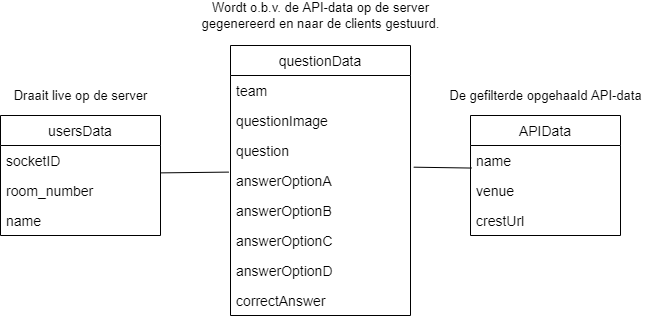
Above: projectbeschrijving_images/datamodel.png in DustinSchouten/real-time-web-eindopdracht (draw.io), before the change. Source tidied: cells renumbered, new cells last; positions are measured from the earlier drawing's top-left corner, leaving out a move shared by most shapes.
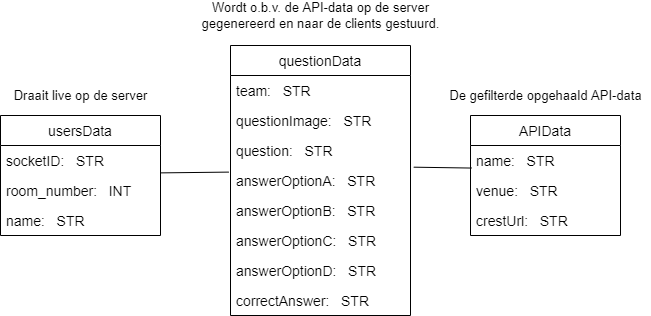
The same file after the commit.

What changed in the source:
```diff
@@ -5,52 +5,52 @@
     <mxCell id="2" value="usersData" style="swimlane;fontStyle=0;horizontal=1;startSize=30;fontSize=14;" parent="1" vertex="1">
       <mxGeometry y="115" width="160" height="120" as="geometry" />
     </mxCell>
-    <mxCell id="3" value="socketID" style="text;strokeColor=none;fillColor=none;align=left;verticalAlign=middle;spacingLeft=4;spacingRight=4;overflow=hidden;fontSize=14;" parent="2" vertex="1">
+    <mxCell id="3" value="socketID:   STR" style="text;strokeColor=none;fillColor=none;align=left;verticalAlign=middle;spacingLeft=4;spacingRight=4;overflow=hidden;fontSize=14;" parent="2" vertex="1">
       <mxGeometry y="30" width="160" height="30" as="geometry" />
     </mxCell>
-    <mxCell id="4" value="room_number" style="text;strokeColor=none;fillColor=none;align=left;verticalAlign=middle;spacingLeft=4;spacingRight=4;overflow=hidden;points=[[0,0.5],[1,0.5]];portConstraint=eastwest;fontSize=14;" parent="2" vertex="1">
+    <mxCell id="4" value="room_number:   INT" style="text;strokeColor=none;fillColor=none;align=left;verticalAlign=middle;spacingLeft=4;spacingRight=4;overflow=hidden;points=[[0,0.5],[1,0.5]];portConstraint=eastwest;fontSize=14;" parent="2" vertex="1">
       <mxGeometry y="60" width="160" height="30" as="geometry" />
     </mxCell>
-    <mxCell id="5" value="name" style="text;strokeColor=none;fillColor=none;align=left;verticalAlign=middle;spacingLeft=4;spacingRight=4;overflow=hidden;fontSize=14;" parent="2" vertex="1">
+    <mxCell id="5" value="name:   STR" style="text;strokeColor=none;fillColor=none;align=left;verticalAlign=middle;spacingLeft=4;spacingRight=4;overflow=hidden;fontSize=14;" parent="2" vertex="1">
       <mxGeometry y="90" width="160" height="30" as="geometry" />
     </mxCell>
     <mxCell id="6" value="APIData" style="swimlane;fontStyle=0;horizontal=1;startSize=30;fontSize=14;" parent="1" vertex="1">
       <mxGeometry x="470" y="115" width="150" height="120" as="geometry" />
     </mxCell>
-    <mxCell id="7" value="name" style="text;strokeColor=none;fillColor=none;align=left;verticalAlign=middle;spacingLeft=4;spacingRight=4;overflow=hidden;points=[[0,0.5],[1,0.5]];portConstraint=eastwest;fontSize=14;" parent="6" vertex="1">
+    <mxCell id="7" value="name:   STR" style="text;strokeColor=none;fillColor=none;align=left;verticalAlign=middle;spacingLeft=4;spacingRight=4;overflow=hidden;points=[[0,0.5],[1,0.5]];portConstraint=eastwest;fontSize=14;" parent="6" vertex="1">
       <mxGeometry y="30" width="150" height="30" as="geometry" />
     </mxCell>
-    <mxCell id="8" value="venue" style="text;strokeColor=none;fillColor=none;align=left;verticalAlign=middle;spacingLeft=4;spacingRight=4;overflow=hidden;fontSize=14;" parent="6" vertex="1">
+    <mxCell id="8" value="venue:   STR" style="text;strokeColor=none;fillColor=none;align=left;verticalAlign=middle;spacingLeft=4;spacingRight=4;overflow=hidden;fontSize=14;" parent="6" vertex="1">
       <mxGeometry y="60" width="150" height="30" as="geometry" />
     </mxCell>
-    <mxCell id="9" value="crestUrl" style="text;strokeColor=none;fillColor=none;align=left;verticalAlign=middle;spacingLeft=4;spacingRight=4;overflow=hidden;fontSize=14;" parent="6" vertex="1">
+    <mxCell id="9" value="crestUrl:   STR" style="text;strokeColor=none;fillColor=none;align=left;verticalAlign=middle;spacingLeft=4;spacingRight=4;overflow=hidden;fontSize=14;" parent="6" vertex="1">
       <mxGeometry y="90" width="150" height="30" as="geometry" />
     </mxCell>
     <mxCell id="10" value="questionData" style="swimlane;fontStyle=0;horizontal=1;startSize=30;fontSize=14;" parent="1" vertex="1">
       <mxGeometry x="230" y="45" width="180" height="270" as="geometry" />
     </mxCell>
-    <mxCell id="11" value="team" style="text;strokeColor=none;fillColor=none;align=left;verticalAlign=middle;spacingLeft=4;spacingRight=4;overflow=hidden;fontSize=14;" parent="10" vertex="1">
+    <mxCell id="11" value="team:   STR" style="text;strokeColor=none;fillColor=none;align=left;verticalAlign=middle;spacingLeft=4;spacingRight=4;overflow=hidden;fontSize=14;" parent="10" vertex="1">
       <mxGeometry y="30" width="180" height="30" as="geometry" />
     </mxCell>
-    <mxCell id="12" value="questionImage" style="text;strokeColor=none;fillColor=none;align=left;verticalAlign=middle;spacingLeft=4;spacingRight=4;overflow=hidden;fontSize=14;" parent="10" vertex="1">
+    <mxCell id="12" value="questionImage:   STR" style="text;strokeColor=none;fillColor=none;align=left;verticalAlign=middle;spacingLeft=4;spacingRight=4;overflow=hidden;fontSize=14;" parent="10" vertex="1">
       <mxGeometry y="60" width="180" height="30" as="geometry" />
     </mxCell>
-    <mxCell id="13" value="question" style="text;strokeColor=none;fillColor=none;align=left;verticalAlign=middle;spacingLeft=4;spacingRight=4;overflow=hidden;fontSize=14;" parent="10" vertex="1">
+    <mxCell id="13" value="question:   STR" style="text;strokeColor=none;fillColor=none;align=left;verticalAlign=middle;spacingLeft=4;spacingRight=4;overflow=hidden;fontSize=14;" parent="10" vertex="1">
       <mxGeometry y="90" width="180" height="30" as="geometry" />
     </mxCell>
-    <mxCell id="14" value="answerOptionA" style="text;strokeColor=none;fillColor=none;align=left;verticalAlign=middle;spacingLeft=4;spacingRight=4;overflow=hidden;points=[[0,0.5],[1,0.5]];portConstraint=eastwest;fontSize=14;" parent="10" vertex="1">
+    <mxCell id="14" value="answerOptionA:   STR" style="text;strokeColor=none;fillColor=none;align=left;verticalAlign=middle;spacingLeft=4;spacingRight=4;overflow=hidden;points=[[0,0.5],[1,0.5]];portConstraint=eastwest;fontSize=14;" parent="10" vertex="1">
       <mxGeometry y="120" width="180" height="30" as="geometry" />
     </mxCell>
-    <mxCell id="15" value="answerOptionB" style="text;strokeColor=none;fillColor=none;align=left;verticalAlign=middle;spacingLeft=4;spacingRight=4;overflow=hidden;fontSize=14;" parent="10" vertex="1">
+    <mxCell id="15" value="answerOptionB:   STR" style="text;strokeColor=none;fillColor=none;align=left;verticalAlign=middle;spacingLeft=4;spacingRight=4;overflow=hidden;fontSize=14;" parent="10" vertex="1">
       <mxGeometry y="150" width="180" height="30" as="geometry" />
     </mxCell>
-    <mxCell id="16" value="answerOptionC" style="text;strokeColor=none;fillColor=none;align=left;verticalAlign=middle;spacingLeft=4;spacingRight=4;overflow=hidden;fontSize=14;" parent="10" vertex="1">
+    <mxCell id="16" value="answerOptionC:   STR" style="text;strokeColor=none;fillColor=none;align=left;verticalAlign=middle;spacingLeft=4;spacingRight=4;overflow=hidden;fontSize=14;" parent="10" vertex="1">
       <mxGeometry y="180" width="180" height="30" as="geometry" />
     </mxCell>
-    <mxCell id="17" value="answerOptionD" style="text;strokeColor=none;fillColor=none;align=left;verticalAlign=middle;spacingLeft=4;spacingRight=4;overflow=hidden;fontSize=14;" parent="10" vertex="1">
+    <mxCell id="17" value="answerOptionD:   STR" style="text;strokeColor=none;fillColor=none;align=left;verticalAlign=middle;spacingLeft=4;spacingRight=4;overflow=hidden;fontSize=14;" parent="10" vertex="1">
       <mxGeometry y="210" width="180" height="30" as="geometry" />
     </mxCell>
-    <mxCell id="18" value="correctAnswer" style="text;strokeColor=none;fillColor=none;align=left;verticalAlign=middle;spacingLeft=4;spacingRight=4;overflow=hidden;fontSize=14;" parent="10" vertex="1">
+    <mxCell id="18" value="correctAnswer:   STR" style="text;strokeColor=none;fillColor=none;align=left;verticalAlign=middle;spacingLeft=4;spacingRight=4;overflow=hidden;fontSize=14;" parent="10" vertex="1">
       <mxGeometry y="240" width="180" height="30" as="geometry" />
     </mxCell>
     <mxCell id="19" style="endArrow=none;html=1;rounded=0;exitX=0.997;exitY=-0.087;exitDx=0;exitDy=0;exitPerimeter=0;entryX=-0.009;entryY=0.22;entryDx=0;entryDy=0;entryPerimeter=0;" parent="1" edge="1" source="4" target="14">
```
